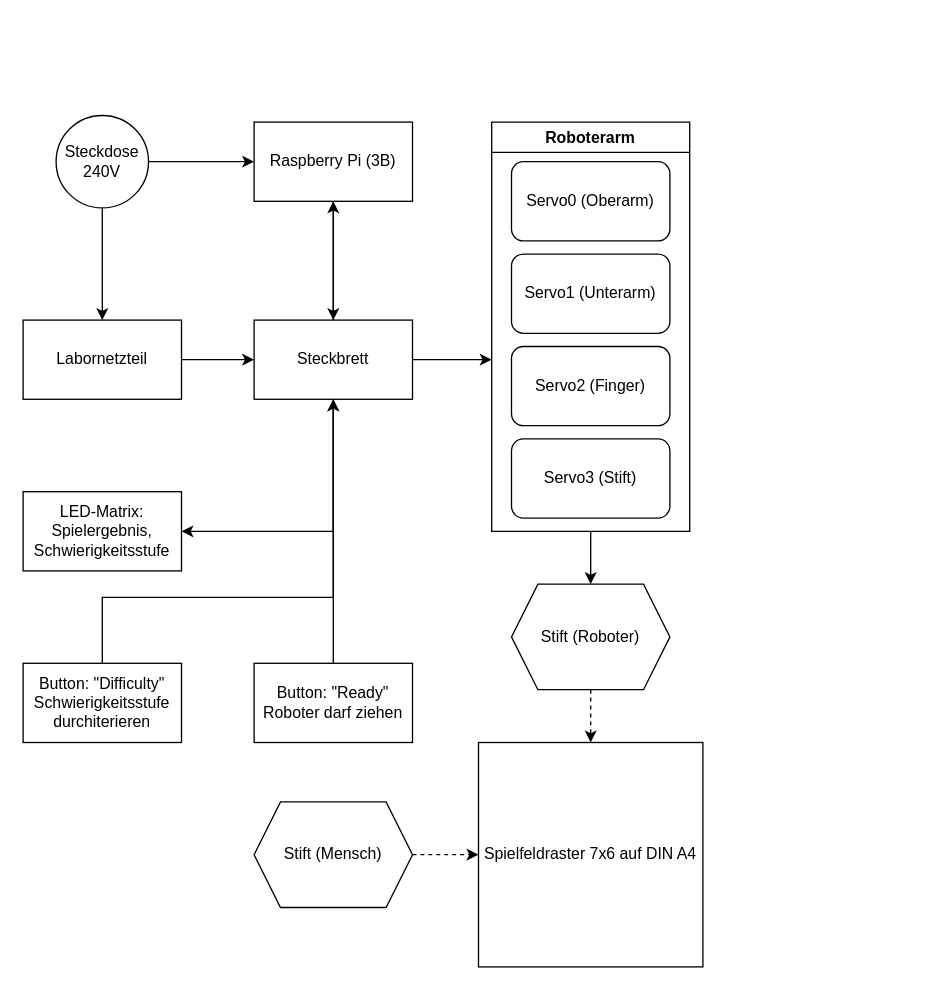
This is backups/Aufbauskizze.drawio from WS22-Robotik-4-Gewinnt/Hardwaresteuerung, a draw.io file, before an edit. Source tidied: cells renumbered, new cells numbered last; positions are measured from the earlier drawing's top-left corner, leaving out a move shared by most shapes. Both pictures are drawn from the tidied source at 132%, with x=0, y=0 at pixel (22, 115).
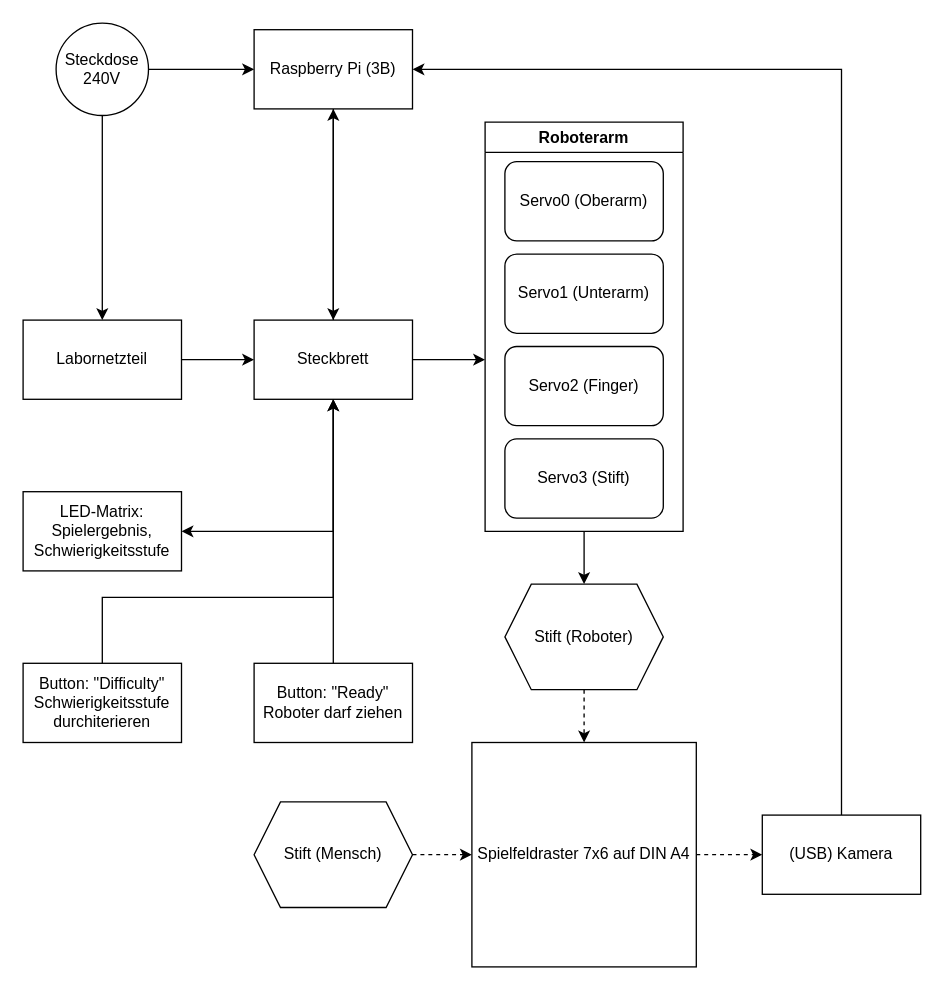
After the change.

Unchanged cells that the change refers to:
```xml
<mxCell id="20" value="Steckbrett" style="rounded=0;whiteSpace=wrap;html=1;" parent="1" vertex="1">
  <mxGeometry x="175" y="155" width="120" height="60" as="geometry" />
</mxCell>
```

The edit, as a diff of the source:
```diff
@@
     <mxCell id="3" value="Roboterarm" style="swimlane;whiteSpace=wrap;html=1;" parent="1" vertex="1">
-      <mxGeometry x="355" y="5" width="150" height="310" as="geometry" />
+      <mxGeometry x="350" y="5" width="150" height="310" as="geometry" />
     </mxCell>
@@
     <mxCell id="9" value="Raspberry Pi (3B)" style="rounded=0;whiteSpace=wrap;html=1;" parent="1" vertex="1">
-      <mxGeometry x="175" y="5" width="120" height="60" as="geometry" />
+      <mxGeometry x="175" y="-65" width="120" height="60" as="geometry" />
     </mxCell>
@@
     <mxCell id="11" value="Stift (Roboter)" style="shape=hexagon;perimeter=hexagonPerimeter2;whiteSpace=wrap;html=1;fixedSize=1;" parent="1" vertex="1">
-      <mxGeometry x="370" y="355" width="120" height="80" as="geometry" />
+      <mxGeometry x="365" y="355" width="120" height="80" as="geometry" />
     </mxCell>
+    <mxCell id="29" style="edgeStyle=orthogonalEdgeStyle;rounded=0;jettySize=auto;html=1;entryX=0;entryY=0.5;entryDx=0;entryDy=0;dashed=1;" parent="1" edge="1" source="12" target="31">
+      <mxGeometry relative="1" as="geometry" />
+    </mxCell>
     <mxCell id="12" value="Spielfeldraster 7x6 auf DIN A4" style="whiteSpace=wrap;html=1;" parent="1" vertex="1">
-      <mxGeometry x="345" y="475" width="170" height="170" as="geometry" />
+      <mxGeometry x="340" y="475" width="170" height="170" as="geometry" />
     </mxCell>
@@
     <mxCell id="17" style="edgeStyle=orthogonalEdgeStyle;rounded=0;jettySize=auto;html=1;" parent="1" edge="1" source="20">
       <mxGeometry relative="1" as="geometry">
-        <mxPoint x="355" y="185" as="targetPoint" />
+        <mxPoint x="350" y="185" as="targetPoint" />
       </mxGeometry>
     </mxCell>
@@
     <mxCell id="25" value="Steckdose&lt;br&gt;240V" style="ellipse;whiteSpace=wrap;html=1;" parent="1" vertex="1">
-      <mxGeometry x="25" width="70" height="70" as="geometry" />
+      <mxGeometry x="25" y="-70" width="70" height="70" as="geometry" />
     </mxCell>
@@
+    <mxCell id="30" style="edgeStyle=orthogonalEdgeStyle;rounded=0;jettySize=auto;html=1;entryX=1;entryY=0.5;entryDx=0;entryDy=0;exitX=0.5;exitY=0;exitDx=0;exitDy=0;" parent="1" edge="1" source="31" target="9">
+      <mxGeometry relative="1" as="geometry" />
+    </mxCell>
+    <mxCell id="31" value="(USB) Kamera" style="rounded=0;whiteSpace=wrap;html=1;" parent="1" vertex="1">
+      <mxGeometry x="560" y="530" width="120" height="60" as="geometry" />
+    </mxCell>
```
